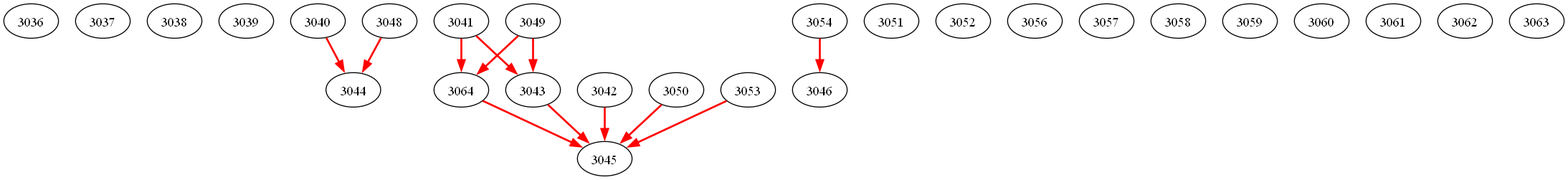
Before: src/AdjGraph.png, a diagram exported from Graphviz (ggarabs/hackaton-v2). Its source is kept beside it as src/AdjGraph.dot.
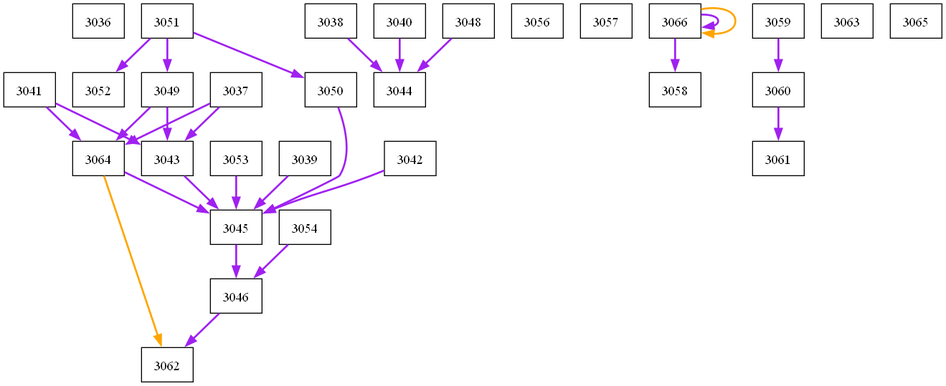
The same file after the commit.

The edit, as a diff of the source:
```diff
@@ -1,33 +1,43 @@
 digraph G {concentrate=true
-edge[arrowhead=none]
+edge[arrowhead=normal]
+node[shape=box]
 3036
-3037
-3038
-3039
-3040 -> 3044 [arrowhead=normal, color=red, style=solid, penwidth=2]
+3037 -> 3043 [arrowhead=normal, color=purple, style=solid, penwidth=2]
+3043 -> 3045 [arrowhead=normal, color=purple, style=solid, penwidth=2]
+3045 -> 3046 [arrowhead=normal, color=purple, style=solid, penwidth=2]
+3046 -> 3062 [arrowhead=normal, color=purple, style=solid, penwidth=2]
+3062
+3037 -> 3064 [arrowhead=normal, color=purple, style=solid, penwidth=2]
+3064 -> 3045 [arrowhead=normal, color=purple, style=solid, penwidth=2]
+3064 -> 3062 [arrowhead=normal, color=orange, style=solid, penwidth=2]
+3038 -> 3044 [arrowhead=normal, color=purple, style=solid, penwidth=2]
 3044
-3041 -> 3043 [arrowhead=normal, color=red, style=solid, penwidth=2]
-3043 -> 3045 [arrowhead=normal, color=red, style=solid, penwidth=2]
-3045
-3041 -> 3064 [arrowhead=normal, color=red, style=solid, penwidth=2]
-3064 -> 3045 [arrowhead=normal, color=red, style=solid, penwidth=2]
-3042 -> 3045 [arrowhead=normal, color=red, style=solid, penwidth=2]
-3046
-3048 -> 3044 [arrowhead=normal, color=red, style=solid, penwidth=2]
-3049 -> 3043 [arrowhead=normal, color=red, style=solid, penwidth=2]
-3049 -> 3064 [arrowhead=normal, color=red, style=solid, penwidth=2]
-3050 -> 3045 [arrowhead=normal, color=red, style=solid, penwidth=2]
-3051
+3039 -> 3045 [arrowhead=normal, color=purple, style=solid, penwidth=2]
+3040 -> 3044 [arrowhead=normal, color=purple, style=solid, penwidth=2]
+3041 -> 3043 [arrowhead=normal, color=purple, style=solid, penwidth=2]
+3041 -> 3064 [arrowhead=normal, color=purple, style=solid, penwidth=2]
+3042 -> 3045 [arrowhead=normal, color=purple, style=solid, penwidth=2]
+3048 -> 3044 [arrowhead=normal, color=purple, style=solid, penwidth=2]
+3049 -> 3043 [arrowhead=normal, color=purple, style=solid, penwidth=2]
+3049 -> 3064 [arrowhead=normal, color=purple, style=solid, penwidth=2]
+3050 -> 3045 [arrowhead=normal, color=purple, style=solid, penwidth=2]
+3051 -> 3049 [arrowhead=normal, color=purple, style=solid, penwidth=2]
+3051 -> 3050 [arrowhead=normal, color=purple, style=solid, penwidth=2]
+3051 -> 3052 [arrowhead=normal, color=purple, style=solid, penwidth=2]
 3052
-3053 -> 3045 [arrowhead=normal, color=red, style=solid, penwidth=2]
-3054 -> 3046 [arrowhead=normal, color=red, style=solid, penwidth=2]
+3053 -> 3045 [arrowhead=normal, color=purple, style=solid, penwidth=2]
+3054 -> 3046 [arrowhead=normal, color=purple, style=solid, penwidth=2]
 3056
 3057
 3058
-3059
-3060
+3059 -> 3060 [arrowhead=normal, color=purple, style=solid, penwidth=2]
+3060 -> 3061 [arrowhead=normal, color=purple, style=solid, penwidth=2]
 3061
-3062
 3063
+3065
+3066 -> 3058 [arrowhead=normal, color=purple, style=solid, penwidth=2]
+3066 -> 3066 [arrowhead=normal, color=purple, style=solid, penwidth=2]
+3066 -> 3058 [arrowhead=normal, color=orange, style=solid, penwidth=2]
+3066 -> 3066 [arrowhead=normal, color=orange, style=solid, penwidth=2]
 
 }
```
